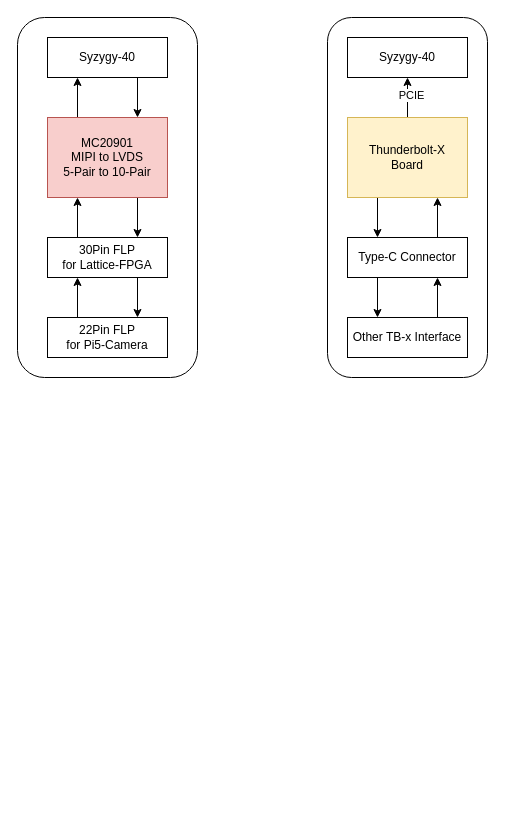
The draw.io diagram docs/diagrams/2026/syzygy_mipi.dio in tzechienchu/mynotes, before the edit. Source tidied: cells renumbered, new cells numbered last; positions are measured from the earlier drawing's top-left corner, leaving out a move shared by most shapes. Both pictures are drawn from the tidied source at 100%, with x=0, y=0 at pixel (17, 17).
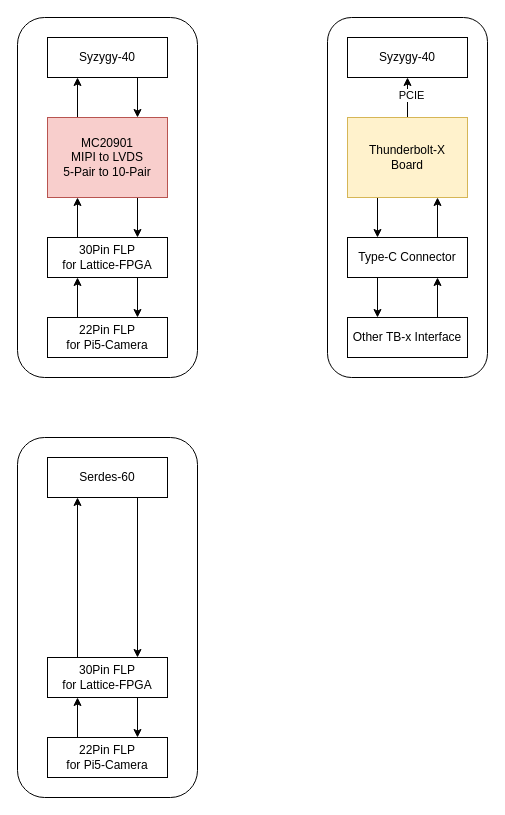
After the change.

Change to the diagram source:
```diff
@@
+    <mxCell id="24" style="rounded=1;whiteSpace=wrap;html=1;" parent="1" vertex="1">
+      <mxGeometry y="420" width="180" height="360" as="geometry" />
+    </mxCell>
+    <mxCell id="25" value="Serdes-60" style="rounded=0;whiteSpace=wrap;html=1;" parent="1" vertex="1">
+      <mxGeometry x="30" y="440" width="120" height="40" as="geometry" />
+    </mxCell>
+    <mxCell id="26" style="edgeStyle=none;html=1;exitX=0.75;exitY=1;exitDx=0;exitDy=0;entryX=0.75;entryY=0;entryDx=0;entryDy=0;" parent="1" edge="1" source="25" target="29">
+      <mxGeometry relative="1" as="geometry" />
+    </mxCell>
+    <mxCell id="27" style="edgeStyle=none;html=1;exitX=0.25;exitY=0;exitDx=0;exitDy=0;entryX=0.25;entryY=1;entryDx=0;entryDy=0;" parent="1" edge="1" source="29" target="25">
+      <mxGeometry relative="1" as="geometry" />
+    </mxCell>
+    <mxCell id="28" style="edgeStyle=none;html=1;exitX=0.75;exitY=1;exitDx=0;exitDy=0;entryX=0.75;entryY=0;entryDx=0;entryDy=0;" parent="1" edge="1" source="29" target="31">
+      <mxGeometry relative="1" as="geometry" />
+    </mxCell>
+    <mxCell id="29" value="30Pin FLP&lt;div&gt;for Lattice-FPGA&lt;/div&gt;" style="rounded=0;whiteSpace=wrap;html=1;" parent="1" vertex="1">
+      <mxGeometry x="30" y="640" width="120" height="40" as="geometry" />
+    </mxCell>
+    <mxCell id="30" style="edgeStyle=none;html=1;exitX=0.25;exitY=0;exitDx=0;exitDy=0;entryX=0.25;entryY=1;entryDx=0;entryDy=0;" parent="1" edge="1" source="31" target="29">
+      <mxGeometry relative="1" as="geometry" />
+    </mxCell>
+    <mxCell id="31" value="22Pin FLP&lt;div&gt;for Pi5-Camera&lt;/div&gt;" style="rounded=0;whiteSpace=wrap;html=1;" parent="1" vertex="1">
+      <mxGeometry x="30" y="720" width="120" height="40" as="geometry" />
+    </mxCell>
```
